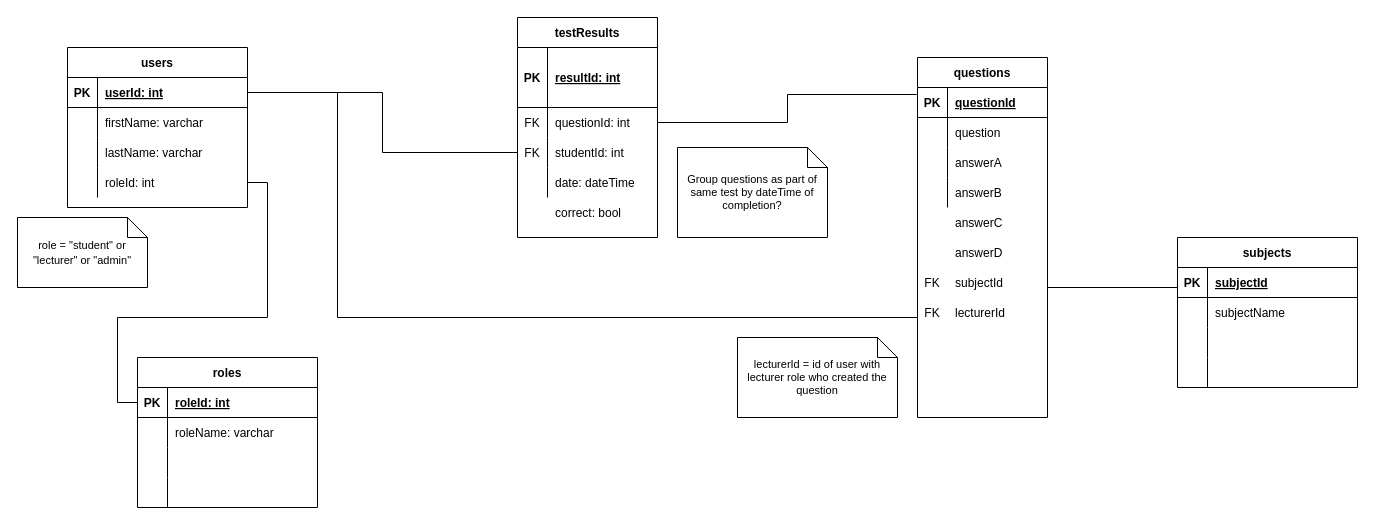
Earlier version of the draw.io diagram Designs/csd db diagram.drawio (westoncollab/csd). Source tidied: cells renumbered, new cells numbered last; positions are measured from the earlier drawing's top-left corner, leaving out a move shared by most shapes. Both pictures are drawn from the tidied source at 100%, with x=0, y=0 at pixel (17, 17).
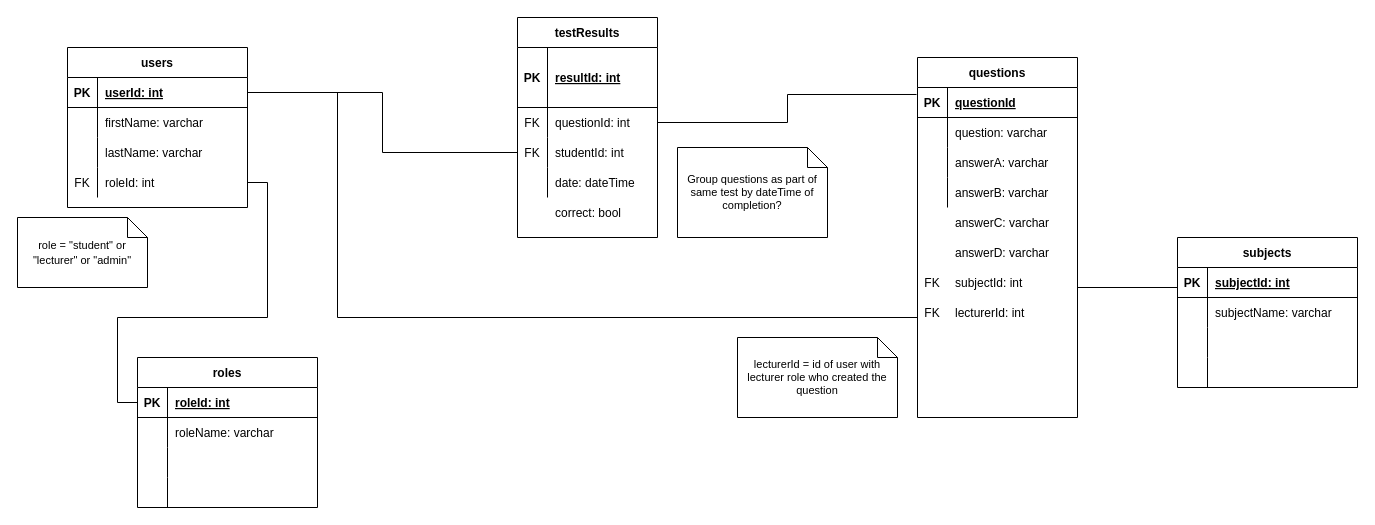
Above is the later version.

Commit message:
add data types to diagram

Unchanged cells that the change refers to:
```xml
<mxCell id="12" style="shape=tableRow;horizontal=0;startSize=0;swimlaneHead=0;swimlaneBody=0;fillColor=none;points=[[0,0.5],[1,0.5]];portConstraint=eastwest;top=0;left=0;right=0;bottom=0;" parent="2" vertex="1">
  <mxGeometry y="120" width="180" height="30" as="geometry" />
</mxCell>
<mxCell id="16" style="shape=tableRow;horizontal=0;startSize=0;swimlaneHead=0;swimlaneBody=0;fillColor=none;points=[[0,0.5],[1,0.5]];portConstraint=eastwest;top=0;left=0;right=0;bottom=1;" parent="15" vertex="1">
  <mxGeometry y="30" width="180" height="30" as="geometry" />
</mxCell>
<mxCell id="19" style="shape=tableRow;horizontal=0;startSize=0;swimlaneHead=0;swimlaneBody=0;fillColor=none;top=0;left=0;right=0;bottom=0;" parent="15" vertex="1">
  <mxGeometry y="60" width="180" height="30" as="geometry" />
</mxCell>
```

Change to the diagram source:
```diff
@@
-    <mxCell id="13" style="shape=partialRectangle;fillColor=none;top=0;left=0;bottom=0;right=0;overflow=hidden;" parent="12" vertex="1">
+    <mxCell id="13" value="FK" style="shape=partialRectangle;fillColor=none;top=0;left=0;bottom=0;right=0;overflow=hidden;" parent="12" vertex="1">
       <mxGeometry width="30" height="30" as="geometry" />
     </mxCell>
@@
-    <mxCell id="18" value="subjectId" style="shape=partialRectangle;fillColor=none;top=0;left=0;bottom=0;right=0;align=left;spacingLeft=6;fontStyle=5;overflow=hidden;" parent="16" vertex="1">
+    <mxCell id="18" value="subjectId: int" style="shape=partialRectangle;fillColor=none;top=0;left=0;bottom=0;right=0;align=left;spacingLeft=6;fontStyle=5;overflow=hidden;" parent="16" vertex="1">
       <mxGeometry x="30" width="150" height="30" as="geometry" />
     </mxCell>
@@
-    <mxCell id="21" value="subjectName" style="shape=partialRectangle;fillColor=none;top=0;left=0;bottom=0;right=0;align=left;spacingLeft=6;overflow=hidden;" parent="19" vertex="1">
+    <mxCell id="21" value="subjectName: varchar" style="shape=partialRectangle;fillColor=none;top=0;left=0;bottom=0;right=0;align=left;spacingLeft=6;overflow=hidden;" parent="19" vertex="1">
       <mxGeometry x="30" width="150" height="30" as="geometry" />
     </mxCell>
@@
     <mxCell id="41" style="edgeStyle=orthogonalEdgeStyle;rounded=0;jettySize=auto;html=1;entryX=0;entryY=0.5;entryDx=0;entryDy=0;endArrow=none;endFill=0;" parent="1" edge="1" target="16">
       <mxGeometry relative="1" as="geometry">
-        <mxPoint x="1030" y="270" as="sourcePoint" />
+        <mxPoint x="1060" y="270" as="sourcePoint" />
         <Array as="points">
           <mxPoint x="1160" y="270" />
         </Array>
       </mxGeometry>
     </mxCell>
-    <mxCell id="42" value="answerB" style="shape=partialRectangle;fillColor=none;top=0;left=0;bottom=0;right=0;align=left;spacingLeft=6;overflow=hidden;" parent="1" vertex="1">
-      <mxGeometry x="930" y="160" width="120" height="30" as="geometry" />
-    </mxCell>
-    <mxCell id="43" value="answerC" style="shape=partialRectangle;fillColor=none;top=0;left=0;bottom=0;right=0;align=left;spacingLeft=6;overflow=hidden;" parent="1" vertex="1">
+    <mxCell id="43" value="answerC: varchar" style="shape=partialRectangle;fillColor=none;top=0;left=0;bottom=0;right=0;align=left;spacingLeft=6;overflow=hidden;" parent="1" vertex="1">
       <mxGeometry x="930" y="190" width="120" height="30" as="geometry" />
     </mxCell>
-    <mxCell id="44" value="answerD" style="shape=partialRectangle;fillColor=none;top=0;left=0;bottom=0;right=0;align=left;spacingLeft=6;overflow=hidden;" parent="1" vertex="1">
+    <mxCell id="44" value="answerD: varchar" style="shape=partialRectangle;fillColor=none;top=0;left=0;bottom=0;right=0;align=left;spacingLeft=6;overflow=hidden;" parent="1" vertex="1">
       <mxGeometry x="930" y="220" width="120" height="30" as="geometry" />
     </mxCell>
     <mxCell id="45" value="questions" style="shape=table;startSize=30;childLayout=tableLayout;rowLines=0;fontStyle=1;align=center;" parent="1" vertex="1">
-      <mxGeometry x="900" y="40" width="130" height="360" as="geometry" />
+      <mxGeometry x="900" y="40" width="160" height="360" as="geometry" />
     </mxCell>
     <mxCell id="46" style="shape=tableRow;horizontal=0;startSize=0;swimlaneHead=0;swimlaneBody=0;fillColor=none;points=[[0,0.5],[1,0.5]];portConstraint=eastwest;top=0;left=0;right=0;bottom=1;" parent="45" vertex="1">
-      <mxGeometry y="30" width="130" height="30" as="geometry" />
+      <mxGeometry y="30" width="160" height="30" as="geometry" />
     </mxCell>
@@
     <mxCell id="48" value="questionId" style="shape=partialRectangle;fillColor=none;top=0;left=0;bottom=0;right=0;align=left;spacingLeft=6;fontStyle=5;overflow=hidden;" parent="46" vertex="1">
-      <mxGeometry x="30" width="100" height="30" as="geometry" />
+      <mxGeometry x="30" width="130" height="30" as="geometry" />
     </mxCell>
     <mxCell id="49" style="shape=tableRow;horizontal=0;startSize=0;swimlaneHead=0;swimlaneBody=0;fillColor=none;top=0;left=0;right=0;bottom=0;" parent="45" vertex="1">
-      <mxGeometry y="60" width="130" height="30" as="geometry" />
+      <mxGeometry y="60" width="160" height="30" as="geometry" />
     </mxCell>
@@
-    <mxCell id="51" value="question" style="shape=partialRectangle;fillColor=none;top=0;left=0;bottom=0;right=0;align=left;spacingLeft=6;overflow=hidden;" parent="49" vertex="1">
-      <mxGeometry x="30" width="100" height="30" as="geometry" />
+    <mxCell id="51" value="question: varchar" style="shape=partialRectangle;fillColor=none;top=0;left=0;bottom=0;right=0;align=left;spacingLeft=6;overflow=hidden;" parent="49" vertex="1">
+      <mxGeometry x="30" width="130" height="30" as="geometry" />
     </mxCell>
     <mxCell id="52" style="shape=tableRow;horizontal=0;startSize=0;swimlaneHead=0;swimlaneBody=0;fillColor=none;top=0;left=0;right=0;bottom=0;" parent="45" vertex="1">
-      <mxGeometry y="90" width="130" height="30" as="geometry" />
+      <mxGeometry y="90" width="160" height="30" as="geometry" />
     </mxCell>
@@
     <mxCell id="54" style="shape=partialRectangle;fillColor=none;top=0;left=0;bottom=0;right=0;align=left;spacingLeft=6;overflow=hidden;" parent="52" vertex="1">
-      <mxGeometry x="30" width="100" height="30" as="geometry" />
+      <mxGeometry x="30" width="130" height="30" as="geometry" />
     </mxCell>
     <mxCell id="55" style="shape=tableRow;horizontal=0;startSize=0;swimlaneHead=0;swimlaneBody=0;fillColor=none;top=0;left=0;right=0;bottom=0;" parent="45" vertex="1">
-      <mxGeometry y="120" width="130" height="30" as="geometry" />
+      <mxGeometry y="120" width="160" height="30" as="geometry" />
     </mxCell>
@@
-    <mxCell id="57" style="shape=partialRectangle;fillColor=none;top=0;left=0;bottom=0;right=0;align=left;spacingLeft=6;overflow=hidden;" parent="55" vertex="1">
-      <mxGeometry x="30" width="100" height="30" as="geometry" />
+    <mxCell id="57" value="answerB: varchar" style="shape=partialRectangle;fillColor=none;top=0;left=0;bottom=0;right=0;align=left;spacingLeft=6;overflow=hidden;" parent="55" vertex="1">
+      <mxGeometry x="30" width="130" height="30" as="geometry" />
     </mxCell>
@@
-    <mxCell id="61" value="answerA" style="shape=partialRectangle;fillColor=none;top=0;left=0;bottom=0;right=0;align=left;spacingLeft=6;overflow=hidden;" parent="1" vertex="1">
+    <mxCell id="61" value="answerA: varchar" style="shape=partialRectangle;fillColor=none;top=0;left=0;bottom=0;right=0;align=left;spacingLeft=6;overflow=hidden;" parent="1" vertex="1">
       <mxGeometry x="930" y="130" width="120" height="30" as="geometry" />
     </mxCell>
-    <mxCell id="62" value="subjectId" style="shape=partialRectangle;fillColor=none;top=0;left=0;bottom=0;right=0;align=left;spacingLeft=6;overflow=hidden;" parent="1" vertex="1">
+    <mxCell id="62" value="subjectId: int" style="shape=partialRectangle;fillColor=none;top=0;left=0;bottom=0;right=0;align=left;spacingLeft=6;overflow=hidden;" parent="1" vertex="1">
       <mxGeometry x="930" y="250" width="120" height="30" as="geometry" />
     </mxCell>
@@
-    <mxCell id="64" value="lecturerId" style="shape=partialRectangle;fillColor=none;top=0;left=0;bottom=0;right=0;align=left;spacingLeft=6;overflow=hidden;" parent="1" vertex="1">
+    <mxCell id="64" value="lecturerId: int" style="shape=partialRectangle;fillColor=none;top=0;left=0;bottom=0;right=0;align=left;spacingLeft=6;overflow=hidden;" parent="1" vertex="1">
       <mxGeometry x="930" y="280" width="120" height="30" as="geometry" />
     </mxCell>
```
